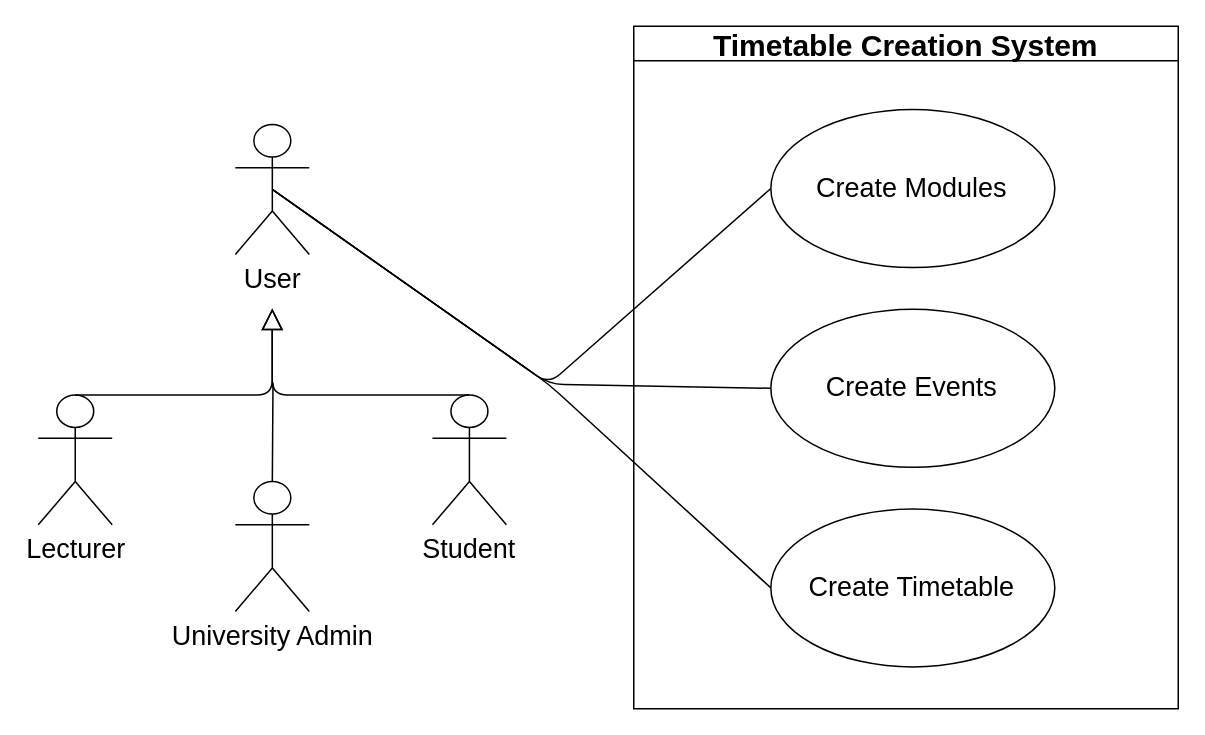
The draw.io diagram page "Timetable_Builder" (3 of 16) of docs/diagrams/requirements/Requirements.drawio in COS301-SE-2026/UMTAS, before the edit. Source tidied: cells renumbered, new cells numbered last; positions are measured from the earlier drawing's top-left corner, leaving out a move shared by most shapes. Both pictures are drawn from the tidied source at 150%, with x=0, y=0 at pixel (38, 26).
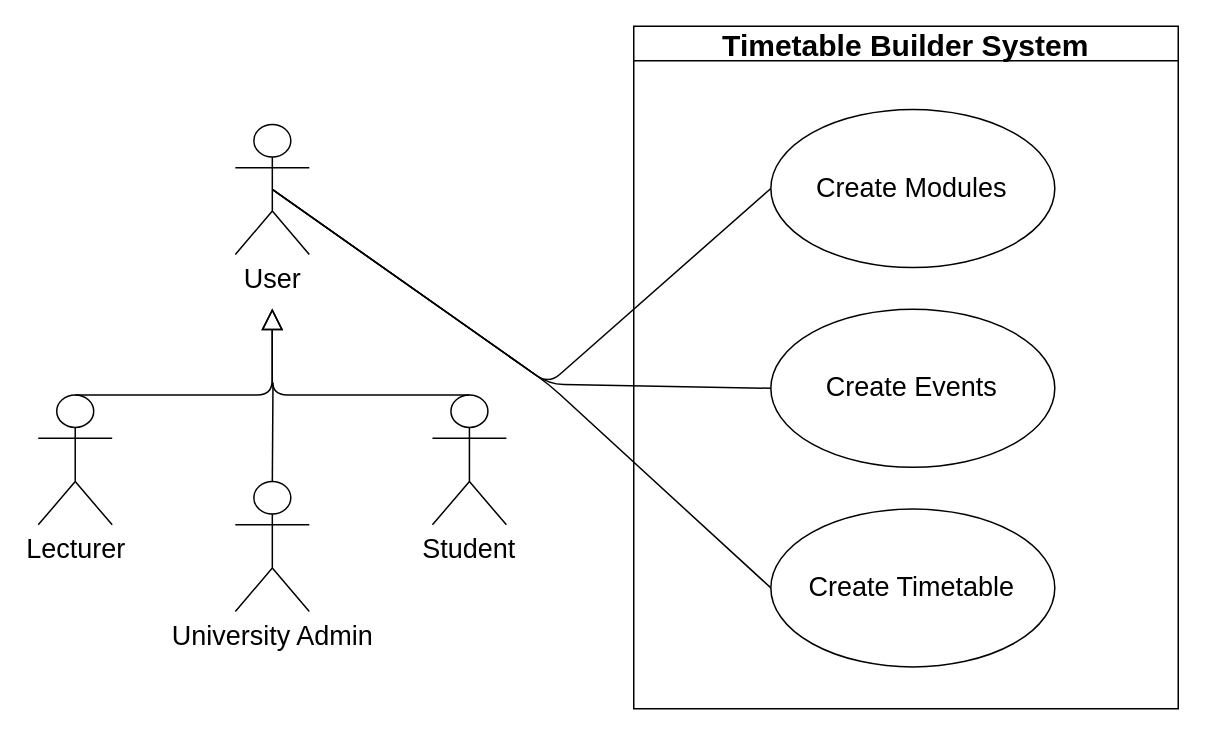
The same page after the edit.

Unchanged cells that the change refers to:
```xml
<mxCell id="2" style="group;" parent="1" vertex="1">
  <mxGeometry width="760" height="455" as="geometry" />
</mxCell>
```

Change to the diagram source:
```diff
@@
-    <mxCell id="3" value="&lt;font style=&quot;font-size: 20px;&quot;&gt;Timetable Creation System&lt;/font&gt;" style="swimlane;whiteSpace=wrap;html=1;" parent="2" vertex="1">
+    <mxCell id="3" value="&lt;font style=&quot;font-size: 20px;&quot;&gt;Timetable Builder System&lt;/font&gt;" style="swimlane;whiteSpace=wrap;html=1;" parent="2" vertex="1">
       <mxGeometry x="397" width="363" height="455" as="geometry" />
     </mxCell>
```
